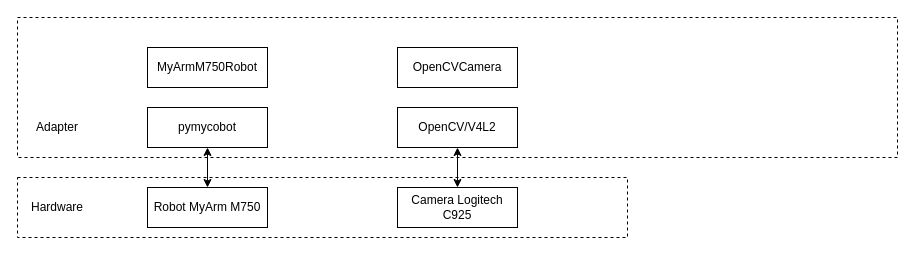
Above: docs/diagrams.drawio in UITshirodoragon/myarm_sdk (draw.io), before the change. Source tidied: cells renumbered, new cells numbered last; positions are measured from the earlier drawing's top-left corner, leaving out a move shared by most shapes. Both pictures are drawn from the tidied source at 100%, with x=0, y=0 at pixel (17, 17).
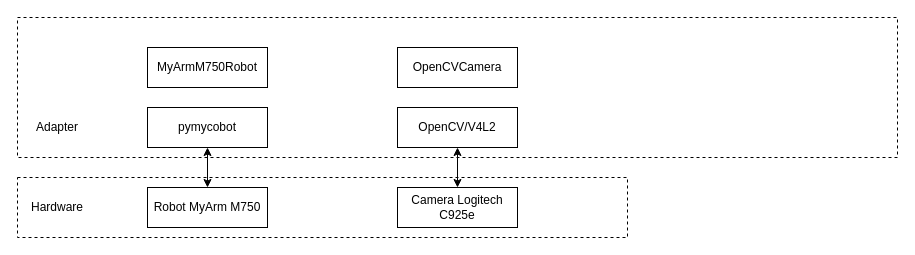
The same diagram, later.

Diff of the diagram source:
```diff
@@
 <mxGraphModel>
   <root>
     <mxCell id="0" />
     <mxCell id="1" parent="0" />
     <mxCell id="2" style="rounded=0;whiteSpace=wrap;html=1;dashed=1;" parent="1" vertex="1">
       <mxGeometry width="880" height="140" as="geometry" />
     </mxCell>
     <mxCell id="3" value="Adapter" style="text;html=1;align=center;verticalAlign=middle;whiteSpace=wrap;rounded=0;" parent="1" vertex="1">
       <mxGeometry x="10" y="95" width="60" height="30" as="geometry" />
     </mxCell>
     <mxCell id="4" style="rounded=0;whiteSpace=wrap;html=1;dashed=1;" parent="1" vertex="1">
       <mxGeometry y="160" width="610" height="60" as="geometry" />
     </mxCell>
-    <mxCell id="5" value="Camera Logitech C925" style="rounded=0;whiteSpace=wrap;html=1;" parent="1" vertex="1">
+    <mxCell id="5" value="Camera Logitech C925e" style="rounded=0;whiteSpace=wrap;html=1;" parent="1" vertex="1">
       <mxGeometry x="380" y="170" width="120" height="40" as="geometry" />
     </mxCell>
     <mxCell id="6" value="Robot MyArm M750" style="rounded=0;whiteSpace=wrap;html=1;" parent="1" vertex="1">
       <mxGeometry x="130" y="170" width="120" height="40" as="geometry" />
     </mxCell>
     <mxCell id="7" value="Hardware" style="text;html=1;align=center;verticalAlign=middle;whiteSpace=wrap;rounded=0;" parent="1" vertex="1">
       <mxGeometry x="10" y="175" width="60" height="30" as="geometry" />
     </mxCell>
     <mxCell id="8" style="edgeStyle=none;html=1;exitX=0.5;exitY=1;exitDx=0;exitDy=0;entryX=0.5;entryY=0;entryDx=0;entryDy=0;startArrow=classic;startFill=1;" parent="1" edge="1" source="9" target="5">
       <mxGeometry relative="1" as="geometry" />
     </mxCell>
     <mxCell id="9" value="OpenCV/V4L2" style="rounded=0;whiteSpace=wrap;html=1;" parent="1" vertex="1">
       <mxGeometry x="380" y="90" width="120" height="40" as="geometry" />
     </mxCell>
     <mxCell id="10" style="edgeStyle=none;html=1;exitX=0.5;exitY=1;exitDx=0;exitDy=0;entryX=0.5;entryY=0;entryDx=0;entryDy=0;endArrow=classic;endFill=1;startArrow=classic;startFill=1;" parent="1" edge="1" source="11" target="6">
       <mxGeometry relative="1" as="geometry" />
     </mxCell>
     <mxCell id="11" value="pymycobot" style="rounded=0;whiteSpace=wrap;html=1;" parent="1" vertex="1">
       <mxGeometry x="130" y="90" width="120" height="40" as="geometry" />
     </mxCell>
     <mxCell id="12" value="MyArmM750Robot" style="rounded=0;whiteSpace=wrap;html=1;" parent="1" vertex="1">
       <mxGeometry x="130" y="30" width="120" height="40" as="geometry" />
     </mxCell>
     <mxCell id="13" value="OpenCVCamera" style="rounded=0;whiteSpace=wrap;html=1;" parent="1" vertex="1">
       <mxGeometry x="380" y="30" width="120" height="40" as="geometry" />
     </mxCell>
   </root>
 </mxGraphModel>
```
